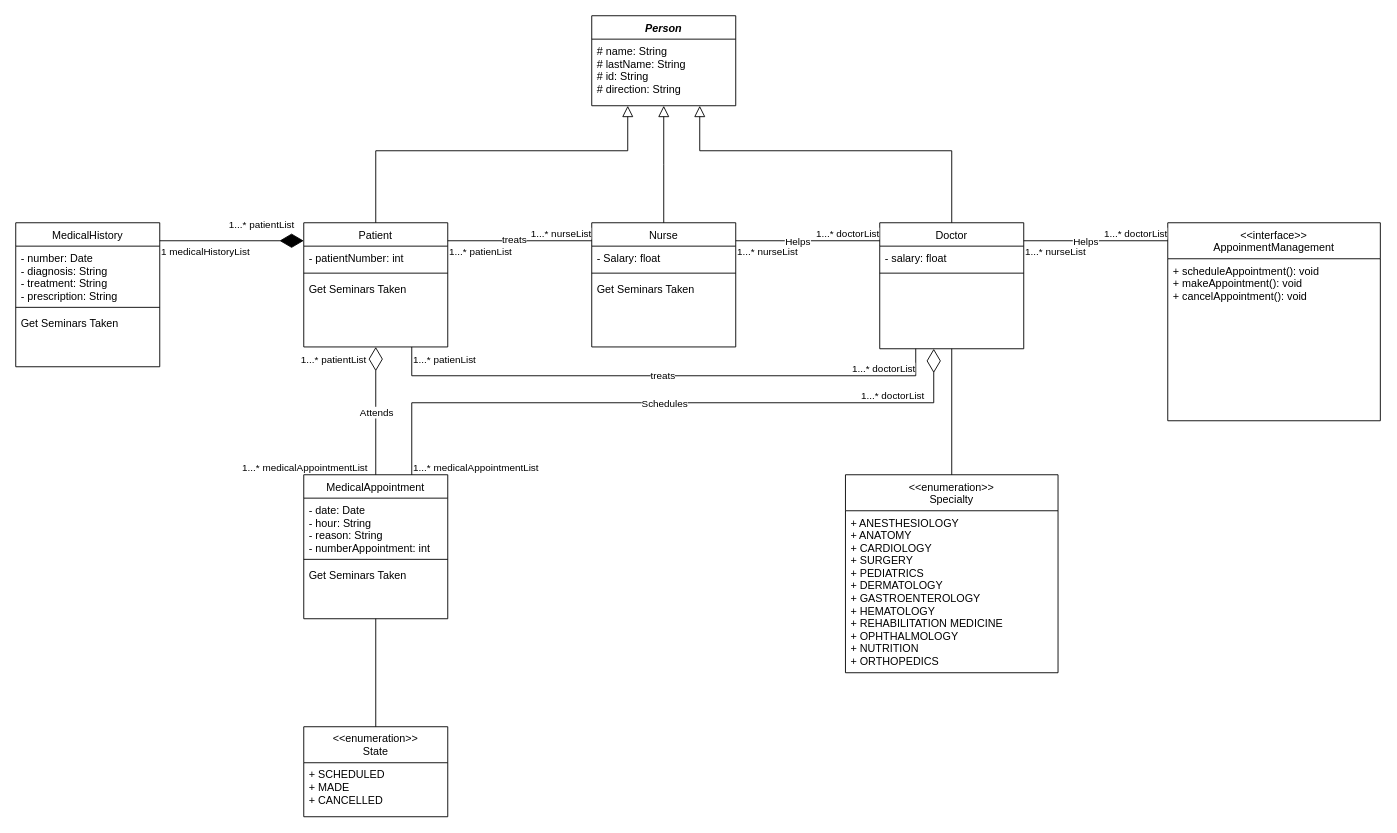
GabrielCevallos/HospitalManagementSystem keeps this draw.io diagram as HospitalManagementSystem.drawio. Above is the earlier version. Source tidied: cells renumbered, new cells numbered last; positions are measured from the earlier drawing's top-left corner, leaving out a move shared by most shapes. Both pictures are drawn from the tidied source at 90%, with x=0, y=0 at pixel (15, 15).
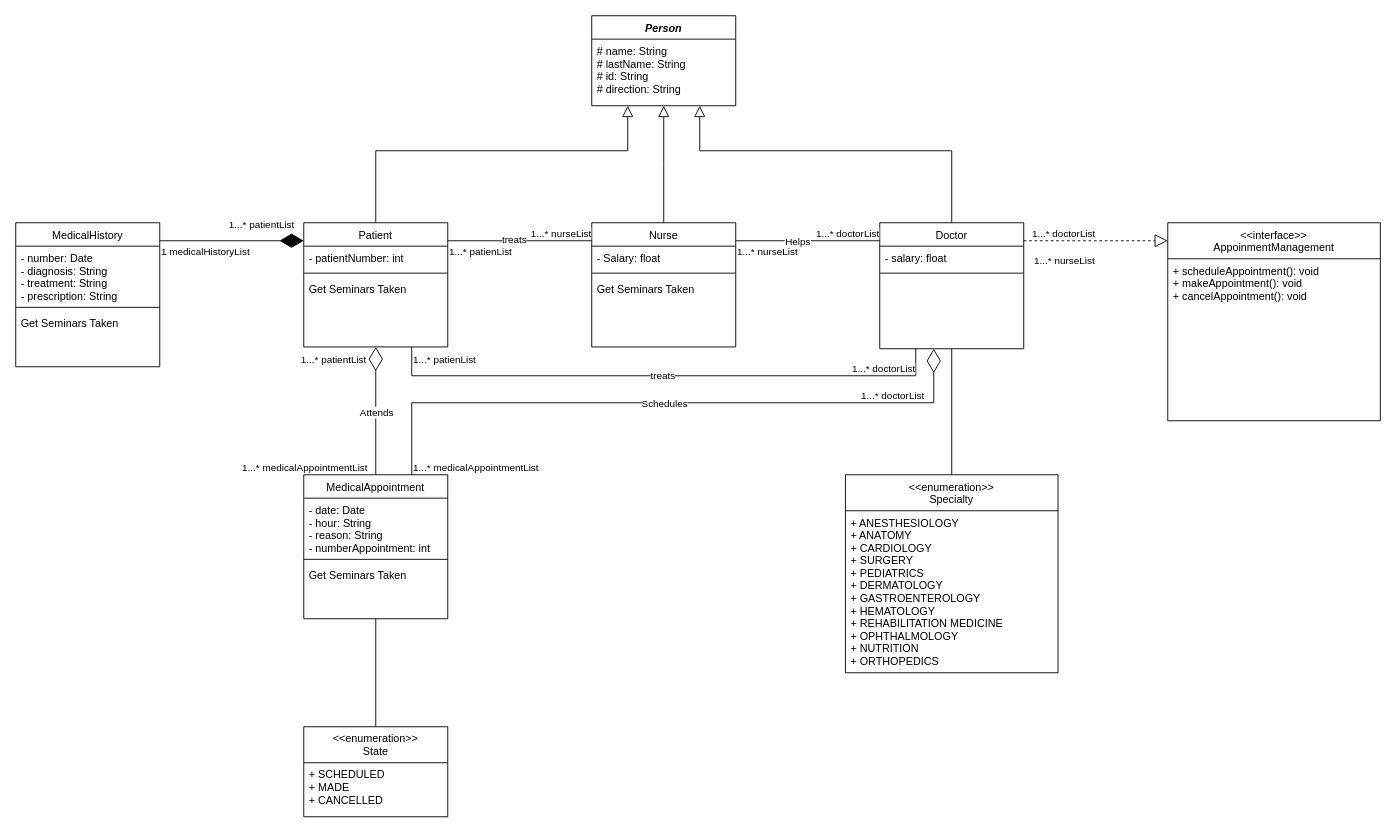
The same page after the edit.

Change to the diagram source:
```diff
@@
-    <mxCell id="56" style="endArrow=none;html=1;edgeStyle=orthogonalEdgeStyle;rounded=0;" parent="1" edge="1">
-      <mxGeometry relative="1" as="geometry">
-        <mxPoint x="1120" y="250" as="sourcePoint" />
-        <mxPoint x="1280" y="250" as="targetPoint" />
-      </mxGeometry>
-    </mxCell>
+    <mxCell id="60" style="endArrow=block;dashed=1;endFill=0;endSize=12;html=1;rounded=0;" parent="1" edge="1">
+      <mxGeometry relative="1" as="geometry">
+        <mxPoint x="1120" y="250" as="sourcePoint" />
+        <mxPoint x="1280" y="250" as="targetPoint" />
+      </mxGeometry>
+    </mxCell>
-    <mxCell id="57" value="1...* nurseList" style="edgeLabel;html=1;align=left;verticalAlign=bottom;" parent="56" vertex="1">
-      <mxGeometry x="-1" relative="1" as="geometry">
-        <mxPoint y="20" as="offset" />
-      </mxGeometry>
+    <mxCell id="57" value="1...* nurseList" style="edgeLabel;html=1;align=left;verticalAlign=bottom;" parent="1" vertex="1">
+      <mxGeometry x="1130" y="280" as="geometry" />
     </mxCell>
-    <mxCell id="58" value="1...* doctorList" style="edgeLabel;html=1;align=right;verticalAlign=bottom;" parent="56" vertex="1">
-      <mxGeometry x="1" relative="1" as="geometry" />
+    <mxCell id="58" value="1...* doctorList" style="edgeLabel;html=1;align=right;verticalAlign=bottom;" parent="1" vertex="1">
+      <mxGeometry x="1200" y="250" as="geometry" />
     </mxCell>
-    <mxCell id="59" value="Helps" style="edgeLabel;html=1;align=center;verticalAlign=middle;" parent="56" vertex="1">
-      <mxGeometry x="-0.15" relative="1" as="geometry" />
-    </mxCell>
```
